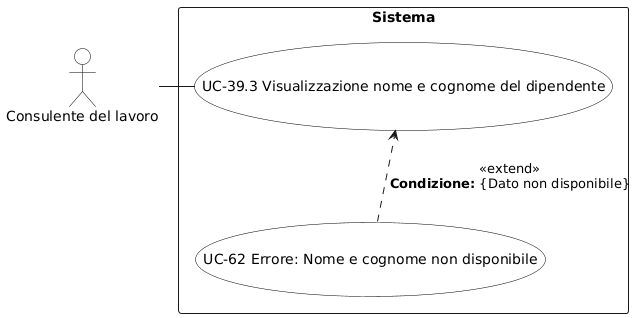
Before: RTB/Analisi dei Requisiti/diagrammi_use_case/UC-39.3.png, a diagram exported from PlantUML (aLittleByte-19/Documentazione).
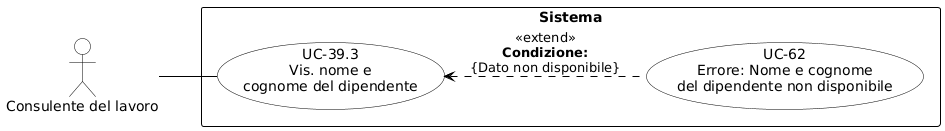
The same diagram one commit later.

Change to the diagram source:
```diff
@@ -1,25 +1,32 @@
 @startuml
-skinparam backgroundColor white
+skinparam shadowing false
+skinparam defaultFontName Arial
+left to right direction
+skinparam nodesep 15
+skinparam ranksep 50
+
+skinparam usecase {
+    BackgroundColor white
+    BorderColor black
+    ArrowColor black
+}
 skinparam actor {
-  BackgroundColor white
-  BorderColor black
-  FontColor black
+    BackgroundColor white
+    BorderColor black
 }
-skinparam usecase {
-  BackgroundColor white
-  BorderColor black
-  FontColor black
+skinparam rectangle {
+    BorderColor black
+    FontStyle bold
 }
-actor "Consulente del lavoro" as C
+
+actor "Consulente del lavoro" as CL
 
 rectangle "Sistema" {
-  (UC-39.3 Visualizzazione nome e cognome del dipendente) as UC393
-  (UC-62 Errore: Nome e cognome non disponibile) as UC62
+    usecase "UC-39.3\nVis. nome e\ncognome del dipendente" as UC39_3
+    usecase "UC-62\nErrore: Nome e cognome\ndel dipendente non disponibile" as UC62
 
-  UC393 -[hidden]down- UC62
-
-  UC62 ..> UC393 : <<extend>>\n**Condizione:** {Dato non disponibile}
+    UC39_3 <.. UC62 : <<extend>>\n**Condizione:**\n{Dato non disponibile}
 }
 
-C - UC393
+CL -- UC39_3
 @enduml
```
